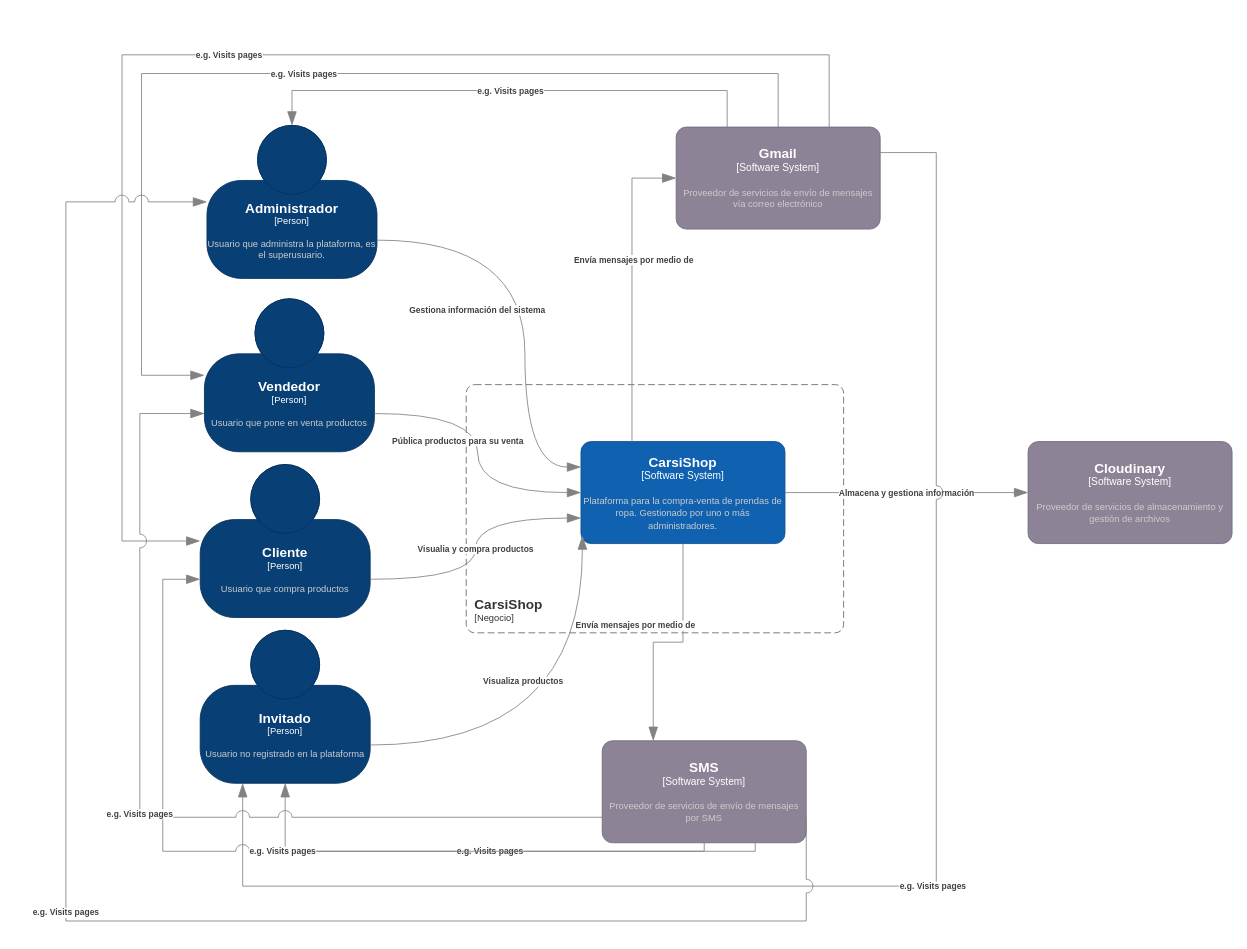
The draw.io diagram page "Contexto" (1 of 5) of Diagrama/c4CarsiShop.drawio in EmilianoChofis/c4CarsiShop, before the edit. Source tidied: cells renumbered, new cells numbered last; positions are measured from the earlier drawing's top-left corner, leaving out a move shared by most shapes. Both pictures are drawn from the tidied source at 85%, with x=0, y=0 at pixel (65, 54).
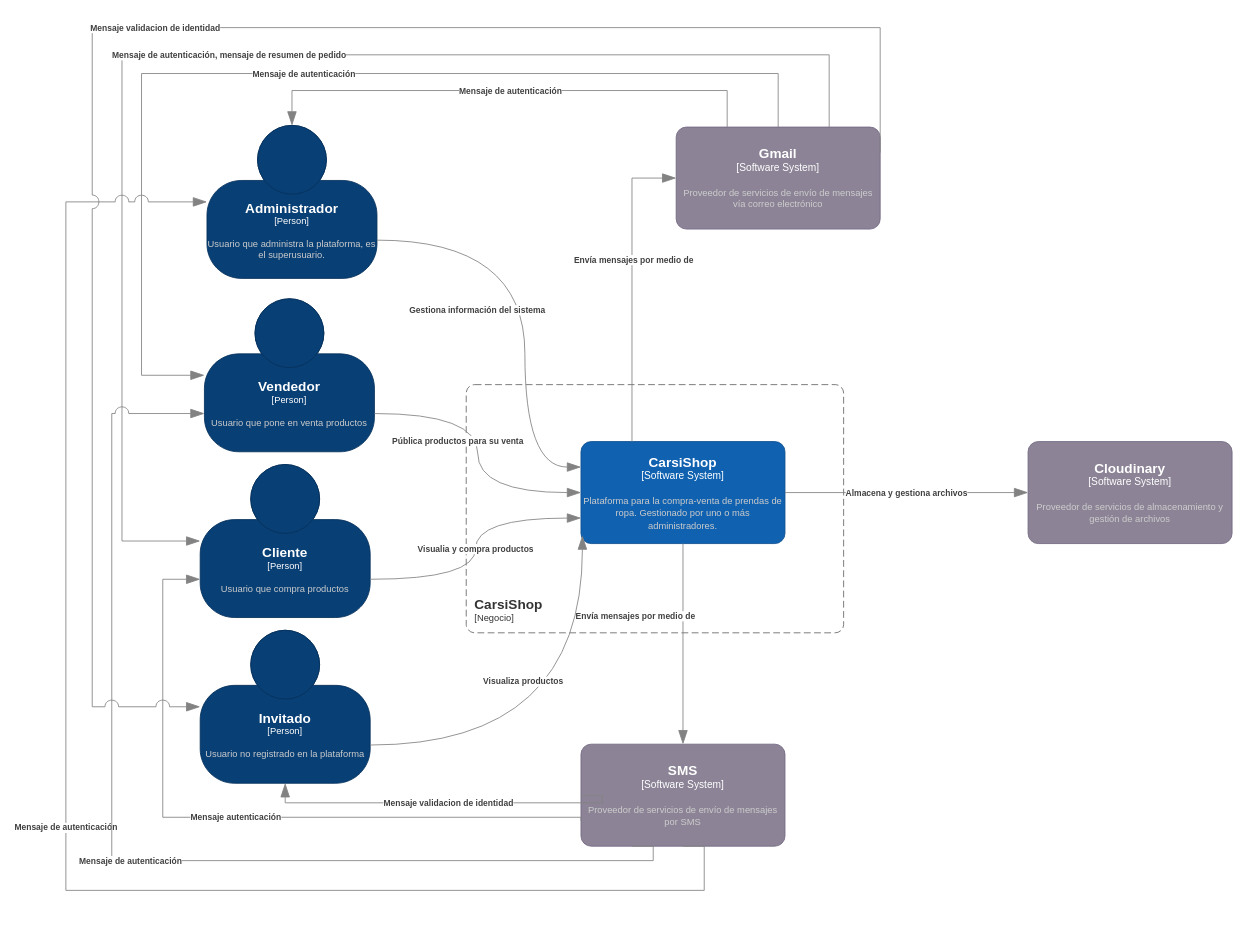
The same page after the edit.

Unchanged cells that the change refers to:
```xml
<object id="2" label="&lt;font style=&quot;font-size: 16px&quot;&gt;&lt;b&gt;%c4Name%&lt;/b&gt;&lt;/font&gt;&lt;div&gt;[%c4Type%]&lt;/div&gt;&lt;br&gt;&lt;div&gt;&lt;font style=&quot;font-size: 11px&quot;&gt;&lt;font color=&quot;#cccccc&quot;&gt;%c4Description%&lt;/font&gt;&lt;/div&gt;" c4Description="Usuario que pone en venta productos" c4Name="Vendedor" c4Type="Person" placeholders="1">
  <mxCell style="html=1;fontSize=11;dashed=0;whiteSpace=wrap;fillColor=#083F75;strokeColor=#06315C;fontColor=#ffffff;shape=mxgraph.c4.person2;align=center;points=[[0.5,0,0],[1,0.5,0],[1,0.75,0],[0.75,1,0],[0.5,1,0],[0.25,1,0],[0,0.75,0],[0,0.5,0]];" parent="1" vertex="1">
    <mxGeometry x="163" y="287" width="200" height="180" as="geometry" />
  </mxCell>
</object>
<object id="3" label="&lt;font style=&quot;font-size: 16px&quot;&gt;&lt;b&gt;%c4Name%&lt;/b&gt;&lt;/font&gt;&lt;div&gt;[%c4Type%]&lt;/div&gt;&lt;br&gt;&lt;div&gt;&lt;font style=&quot;font-size: 11px&quot;&gt;&lt;font color=&quot;#cccccc&quot;&gt;%c4Description%&lt;/font&gt;&lt;/div&gt;" c4Description="Usuario que compra productos" c4Name="Cliente" c4Type="Person" placeholders="1">
  <mxCell style="html=1;fontSize=11;dashed=0;whiteSpace=wrap;fillColor=#083F75;strokeColor=#06315C;fontColor=#ffffff;shape=mxgraph.c4.person2;align=center;points=[[0.5,0,0],[1,0.5,0],[1,0.75,0],[0.75,1,0],[0.5,1,0],[0.25,1,0],[0,0.75,0],[0,0.5,0]];" parent="1" vertex="1">
    <mxGeometry x="158" y="482" width="200" height="180" as="geometry" />
  </mxCell>
</object>
<object id="4" label="&lt;font style=&quot;font-size: 16px&quot;&gt;&lt;b&gt;%c4Name%&lt;/b&gt;&lt;/font&gt;&lt;div&gt;[%c4Type%]&lt;/div&gt;&lt;br&gt;&lt;div&gt;&lt;font style=&quot;font-size: 11px&quot;&gt;&lt;font color=&quot;#cccccc&quot;&gt;%c4Description%&lt;/font&gt;&lt;/div&gt;" c4Description="Usuario no registrado en la plataforma" c4Name="Invitado" c4Type="Person" placeholders="1">
  <mxCell style="html=1;fontSize=11;dashed=0;whiteSpace=wrap;fillColor=#083F75;strokeColor=#06315C;fontColor=#ffffff;shape=mxgraph.c4.person2;align=center;points=[[0.5,0,0],[1,0.5,0],[1,0.75,0],[0.75,1,0],[0.5,1,0],[0.25,1,0],[0,0.75,0],[0,0.5,0]];" parent="1" vertex="1">
    <mxGeometry x="158" y="677" width="200" height="180" as="geometry" />
  </mxCell>
</object>
<object id="5" label="&lt;font style=&quot;font-size: 16px&quot;&gt;&lt;b&gt;%c4Name%&lt;/b&gt;&lt;/font&gt;&lt;div&gt;[%c4Type%]&lt;/div&gt;&lt;br&gt;&lt;div&gt;&lt;font style=&quot;font-size: 11px&quot;&gt;&lt;font color=&quot;#cccccc&quot;&gt;%c4Description%&lt;/font&gt;&lt;/div&gt;" c4Description="Usuario que administra la plataforma, es el superusuario. " c4Name="Administrador" c4Type="Person" placeholders="1">
  <mxCell style="html=1;fontSize=11;dashed=0;whiteSpace=wrap;fillColor=#083F75;strokeColor=#06315C;fontColor=#ffffff;shape=mxgraph.c4.person2;align=center;points=[[0.5,0,0],[1,0.5,0],[1,0.75,0],[0.75,1,0],[0.5,1,0],[0.25,1,0],[0,0.75,0],[0,0.5,0]];" parent="1" vertex="1">
    <mxGeometry x="166" y="83" width="200" height="180" as="geometry" />
  </mxCell>
</object>
<object id="7" label="&lt;font style=&quot;font-size: 16px&quot;&gt;&lt;b&gt;%c4Name%&lt;/b&gt;&lt;/font&gt;&lt;div&gt;[%c4Type%]&lt;/div&gt;&lt;br&gt;&lt;div&gt;&lt;font style=&quot;font-size: 11px&quot;&gt;&lt;font color=&quot;#cccccc&quot;&gt;%c4Description%&lt;/font&gt;&lt;/div&gt;" c4Description="Plataforma para la compra-venta de prendas de ropa. Gestionado por uno o más administradores." c4Name="CarsiShop" c4Type="Software System" placeholders="1">
  <mxCell style="rounded=1;whiteSpace=wrap;html=1;labelBackgroundColor=none;fillColor=#1061B0;fontColor=#ffffff;align=center;arcSize=10;strokeColor=#0D5091;points=[[0.25,0,0],[0.5,0,0],[0.75,0,0],[1,0.25,0],[1,0.5,0],[1,0.75,0],[0.75,1,0],[0.5,1,0],[0.25,1,0],[0,0.75,0],[0,0.5,0],[0,0.25,0]];" parent="1" vertex="1">
    <mxGeometry x="606" y="455" width="240" height="120" as="geometry" />
  </mxCell>
</object>
<object id="8" label="&lt;font style=&quot;font-size: 16px&quot;&gt;&lt;b&gt;%c4Name%&lt;/b&gt;&lt;/font&gt;&lt;div&gt;[%c4Type%]&lt;/div&gt;&lt;br&gt;&lt;div&gt;&lt;font style=&quot;font-size: 11px&quot;&gt;&lt;font color=&quot;#cccccc&quot;&gt;%c4Description%&lt;/font&gt;&lt;/div&gt;" c4Description="Proveedor de servicios de envío de mensajes vía correo electrónico" c4Name="Gmail" c4Type="Software System" placeholders="1">
  <mxCell style="rounded=1;whiteSpace=wrap;html=1;labelBackgroundColor=none;fillColor=#8C8496;fontColor=#ffffff;align=center;arcSize=10;strokeColor=#736782;points=[[0.25,0,0],[0.5,0,0],[0.75,0,0],[1,0.25,0],[1,0.5,0],[1,0.75,0],[0.75,1,0],[0.5,1,0],[0.25,1,0],[0,0.75,0],[0,0.5,0],[0,0.25,0]];" parent="1" vertex="1">
    <mxGeometry x="718" y="85" width="240" height="120" as="geometry" />
  </mxCell>
</object>
<object id="9" label="&lt;font style=&quot;font-size: 16px&quot;&gt;&lt;b&gt;%c4Name%&lt;/b&gt;&lt;/font&gt;&lt;div&gt;[%c4Type%]&lt;/div&gt;&lt;br&gt;&lt;div&gt;&lt;font style=&quot;font-size: 11px&quot;&gt;&lt;font color=&quot;#cccccc&quot;&gt;%c4Description%&lt;/font&gt;&lt;/div&gt;" c4Description="Proveedor de servicios de almacenamiento y gestión de archivos" c4Name="Cloudinary" c4Type="Software System" placeholders="1">
  <mxCell style="rounded=1;whiteSpace=wrap;html=1;labelBackgroundColor=none;fillColor=#8C8496;fontColor=#ffffff;align=center;arcSize=10;strokeColor=#736782;points=[[0.25,0,0],[0.5,0,0],[0.75,0,0],[1,0.25,0],[1,0.5,0],[1,0.75,0],[0.75,1,0],[0.5,1,0],[0.25,1,0],[0,0.75,0],[0,0.5,0],[0,0.25,0]];" parent="1" vertex="1">
    <mxGeometry x="1132" y="455" width="240" height="120" as="geometry" />
  </mxCell>
</object>
```

The edit, as a diff of the source:
```diff
@@
     <object id="10" label="&lt;font style=&quot;font-size: 16px&quot;&gt;&lt;b&gt;%c4Name%&lt;/b&gt;&lt;/font&gt;&lt;div&gt;[%c4Type%]&lt;/div&gt;&lt;br&gt;&lt;div&gt;&lt;font style=&quot;font-size: 11px&quot;&gt;&lt;font color=&quot;#cccccc&quot;&gt;%c4Description%&lt;/font&gt;&lt;/div&gt;" c4Description="Proveedor de servicios de envío de mensajes por SMS" c4Name="SMS " c4Type="Software System" placeholders="1">
       <mxCell style="rounded=1;whiteSpace=wrap;html=1;labelBackgroundColor=none;fillColor=#8C8496;fontColor=#ffffff;align=center;arcSize=10;strokeColor=#736782;points=[[0.25,0,0],[0.5,0,0],[0.75,0,0],[1,0.25,0],[1,0.5,0],[1,0.75,0],[0.75,1,0],[0.5,1,0],[0.25,1,0],[0,0.75,0],[0,0.5,0],[0,0.25,0]];" parent="1" vertex="1">
-        <mxGeometry x="631" y="807" width="240" height="120" as="geometry" />
+        <mxGeometry x="606" y="811" width="240" height="120" as="geometry" />
       </mxCell>
     </object>
     <object id="11" label="&lt;div style=&quot;text-align: left&quot;&gt;&lt;div style=&quot;text-align: center&quot;&gt;&lt;b&gt;%c4Description%&lt;/b&gt;&lt;/div&gt;" c4Description="Envía mensajes por medio de" placeholders="1">
-      <mxCell style="endArrow=blockThin;html=1;fontSize=10;fontColor=#404040;strokeWidth=1;endFill=1;strokeColor=#828282;elbow=vertical;endSize=14;startSize=14;jumpStyle=arc;jumpSize=16;rounded=0;edgeStyle=orthogonalEdgeStyle;entryX=0.25;entryY=0;entryDx=0;entryDy=0;entryPerimeter=0;exitX=0.5;exitY=1;exitDx=0;exitDy=0;exitPerimeter=0;" parent="1" edge="1" source="7" target="10">
+      <mxCell style="endArrow=blockThin;html=1;fontSize=10;fontColor=#404040;strokeWidth=1;endFill=1;strokeColor=#828282;elbow=vertical;endSize=14;startSize=14;jumpStyle=arc;jumpSize=16;rounded=0;edgeStyle=orthogonalEdgeStyle;entryX=0.5;entryY=0;entryDx=0;entryDy=0;entryPerimeter=0;exitX=0.5;exitY=1;exitDx=0;exitDy=0;exitPerimeter=0;" parent="1" edge="1" source="7" target="10">
         <mxGeometry x="-0.28" y="-56" relative="1" as="geometry" />
       </mxCell>
     </object>
@@
-    <object id="13" label="&lt;div style=&quot;text-align: left&quot;&gt;&lt;div style=&quot;text-align: center&quot;&gt;&lt;b&gt;%c4Description%&lt;/b&gt;&lt;/div&gt;" c4Description="Almacena y gestiona información" placeholders="1">
+    <object id="13" label="&lt;div style=&quot;text-align: left&quot;&gt;&lt;div style=&quot;text-align: center&quot;&gt;&lt;b&gt;%c4Description%&lt;/b&gt;&lt;/div&gt;" c4Description="Almacena y gestiona archivos" placeholders="1">
       <mxCell style="endArrow=blockThin;html=1;fontSize=10;fontColor=#404040;strokeWidth=1;endFill=1;strokeColor=#828282;elbow=vertical;endSize=14;startSize=14;jumpStyle=arc;jumpSize=16;rounded=0;edgeStyle=orthogonalEdgeStyle;entryX=0;entryY=0.5;entryDx=0;entryDy=0;entryPerimeter=0;exitX=1;exitY=0.5;exitDx=0;exitDy=0;exitPerimeter=0;" parent="1" edge="1" source="7" target="9">
         <mxGeometry relative="1" as="geometry" />
       </mxCell>
     </object>
@@
-    <object id="18" label="&lt;div style=&quot;text-align: left&quot;&gt;&lt;div style=&quot;text-align: center&quot;&gt;&lt;b&gt;%c4Description%&lt;/b&gt;&lt;/div&gt;" c4Description="e.g. Visits pages" placeholders="1">
+    <object id="18" label="&lt;div style=&quot;text-align: left&quot;&gt;&lt;div style=&quot;text-align: center&quot;&gt;&lt;b&gt;%c4Description%&lt;/b&gt;&lt;/div&gt;" c4Description="Mensaje de autenticación" placeholders="1">
       <mxCell style="endArrow=blockThin;html=1;fontSize=10;fontColor=#404040;strokeWidth=1;endFill=1;strokeColor=#828282;elbow=vertical;endSize=14;startSize=14;jumpStyle=arc;jumpSize=16;rounded=0;edgeStyle=orthogonalEdgeStyle;exitX=0.25;exitY=0;exitDx=0;exitDy=0;exitPerimeter=0;entryX=0.5;entryY=0;entryDx=0;entryDy=0;entryPerimeter=0;" parent="1" edge="1" source="8" target="5">
         <mxGeometry relative="1" as="geometry">
           <Array as="points">
             <mxPoint x="778" y="42" />
             <mxPoint x="266" y="42" />
           </Array>
         </mxGeometry>
       </mxCell>
     </object>
-    <object id="19" label="&lt;div style=&quot;text-align: left&quot;&gt;&lt;div style=&quot;text-align: center&quot;&gt;&lt;b&gt;%c4Description%&lt;/b&gt;&lt;/div&gt;" c4Description="e.g. Visits pages" placeholders="1">
+    <object id="19" label="&lt;div style=&quot;text-align: left&quot;&gt;&lt;div style=&quot;text-align: center&quot;&gt;&lt;b&gt;%c4Description%&lt;/b&gt;&lt;/div&gt;" c4Description="Mensaje de autenticación" placeholders="1">
       <mxCell style="endArrow=blockThin;html=1;fontSize=10;fontColor=#404040;strokeWidth=1;endFill=1;strokeColor=#828282;elbow=vertical;endSize=14;startSize=14;jumpStyle=arc;jumpSize=16;rounded=0;edgeStyle=orthogonalEdgeStyle;exitX=0.5;exitY=0;exitDx=0;exitDy=0;exitPerimeter=0;entryX=0;entryY=0.5;entryDx=0;entryDy=0;entryPerimeter=0;" parent="1" edge="1" source="8" target="2">
         <mxGeometry relative="1" as="geometry">
           <Array as="points">
             <mxPoint x="838" y="22" />
             <mxPoint x="89" y="22" />
             <mxPoint x="89" y="377" />
           </Array>
         </mxGeometry>
       </mxCell>
     </object>
-    <object id="20" label="&lt;div style=&quot;text-align: left&quot;&gt;&lt;div style=&quot;text-align: center&quot;&gt;&lt;b&gt;%c4Description%&lt;/b&gt;&lt;/div&gt;" c4Description="e.g. Visits pages" placeholders="1">
+    <object id="20" label="&lt;div style=&quot;text-align: left&quot;&gt;&lt;div style=&quot;text-align: center&quot;&gt;&lt;b&gt;%c4Description%&lt;/b&gt;&lt;/div&gt;" c4Description="Mensaje de autenticación, mensaje de resumen de pedido" placeholders="1">
       <mxCell style="endArrow=blockThin;html=1;fontSize=10;fontColor=#404040;strokeWidth=1;endFill=1;strokeColor=#828282;elbow=vertical;endSize=14;startSize=14;jumpStyle=arc;jumpSize=16;rounded=0;edgeStyle=orthogonalEdgeStyle;exitX=0.75;exitY=0;exitDx=0;exitDy=0;exitPerimeter=0;entryX=0;entryY=0.5;entryDx=0;entryDy=0;entryPerimeter=0;" parent="1" edge="1" source="8" target="3">
         <mxGeometry relative="1" as="geometry">
           <Array as="points">
             <mxPoint x="898" />
             <mxPoint x="66" />
             <mxPoint x="66" y="572" />
           </Array>
         </mxGeometry>
       </mxCell>
     </object>
-    <object id="21" label="&lt;div style=&quot;text-align: left&quot;&gt;&lt;div style=&quot;text-align: center&quot;&gt;&lt;b&gt;%c4Description%&lt;/b&gt;&lt;/div&gt;" c4Description="e.g. Visits pages" placeholders="1">
-      <mxCell style="endArrow=blockThin;html=1;fontSize=10;fontColor=#404040;strokeWidth=1;endFill=1;strokeColor=#828282;elbow=vertical;endSize=14;startSize=14;jumpStyle=arc;jumpSize=16;rounded=0;edgeStyle=orthogonalEdgeStyle;exitX=1;exitY=0.25;exitDx=0;exitDy=0;exitPerimeter=0;entryX=0.25;entryY=1;entryDx=0;entryDy=0;entryPerimeter=0;" parent="1" edge="1" source="8" target="4">
-        <mxGeometry relative="1" as="geometry">
-          <Array as="points">
-            <mxPoint x="1024" y="115" />
-            <mxPoint x="1024" y="978" />
-            <mxPoint x="208" y="978" />
-          </Array>
-        </mxGeometry>
-      </mxCell>
-    </object>
-    <object id="22" label="&lt;div style=&quot;text-align: left&quot;&gt;&lt;div style=&quot;text-align: center&quot;&gt;&lt;b&gt;%c4Description%&lt;/b&gt;&lt;/div&gt;" c4Description="e.g. Visits pages" placeholders="1">
-      <mxCell style="endArrow=blockThin;html=1;fontSize=10;fontColor=#404040;strokeWidth=1;endFill=1;strokeColor=#828282;elbow=vertical;endSize=14;startSize=14;jumpStyle=arc;jumpSize=16;rounded=0;edgeStyle=orthogonalEdgeStyle;exitX=0.75;exitY=1;exitDx=0;exitDy=0;exitPerimeter=0;entryX=0.5;entryY=1;entryDx=0;entryDy=0;entryPerimeter=0;" parent="1" edge="1" source="10" target="4">
-        <mxGeometry relative="1" as="geometry" />
+    <object id="22" label="&lt;div style=&quot;text-align: left&quot;&gt;&lt;div style=&quot;text-align: center&quot;&gt;&lt;b&gt;%c4Description%&lt;/b&gt;&lt;/div&gt;" c4Description="Mensaje validacion de identidad" placeholders="1">
+      <mxCell style="endArrow=blockThin;html=1;fontSize=10;fontColor=#404040;strokeWidth=1;endFill=1;strokeColor=#828282;elbow=vertical;endSize=14;startSize=14;jumpStyle=arc;jumpSize=16;rounded=0;edgeStyle=orthogonalEdgeStyle;exitX=0;exitY=0.5;exitDx=0;exitDy=0;exitPerimeter=0;entryX=0.5;entryY=1;entryDx=0;entryDy=0;entryPerimeter=0;" parent="1" edge="1" source="10" target="4">
+        <mxGeometry relative="1" as="geometry">
+          <Array as="points">
+            <mxPoint x="631" y="880" />
+            <mxPoint x="258" y="880" />
+          </Array>
+        </mxGeometry>
       </mxCell>
     </object>
-    <object id="23" label="&lt;div style=&quot;text-align: left&quot;&gt;&lt;div style=&quot;text-align: center&quot;&gt;&lt;b&gt;%c4Description%&lt;/b&gt;&lt;/div&gt;" c4Description="e.g. Visits pages" placeholders="1">
-      <mxCell style="endArrow=blockThin;html=1;fontSize=10;fontColor=#404040;strokeWidth=1;endFill=1;strokeColor=#828282;elbow=vertical;endSize=14;startSize=14;jumpStyle=arc;jumpSize=16;rounded=0;edgeStyle=orthogonalEdgeStyle;exitX=0.5;exitY=1;exitDx=0;exitDy=0;exitPerimeter=0;entryX=0;entryY=0.75;entryDx=0;entryDy=0;entryPerimeter=0;" parent="1" edge="1" source="10" target="3">
+    <object id="23" label="&lt;div style=&quot;text-align: left&quot;&gt;&lt;div style=&quot;text-align: center&quot;&gt;&lt;b&gt;%c4Description%&lt;/b&gt;&lt;/div&gt;" c4Description="Mensaje autenticación" placeholders="1">
+      <mxCell style="endArrow=blockThin;html=1;fontSize=10;fontColor=#404040;strokeWidth=1;endFill=1;strokeColor=#828282;elbow=vertical;endSize=14;startSize=14;jumpStyle=arc;jumpSize=16;rounded=0;edgeStyle=orthogonalEdgeStyle;exitX=0;exitY=0.75;exitDx=0;exitDy=0;exitPerimeter=0;entryX=0;entryY=0.75;entryDx=0;entryDy=0;entryPerimeter=0;" parent="1" edge="1" source="10" target="3">
         <mxGeometry relative="1" as="geometry">
           <Array as="points">
-            <mxPoint x="751" y="937" />
-            <mxPoint x="114" y="937" />
+            <mxPoint x="114" y="897" />
             <mxPoint x="114" y="617" />
           </Array>
         </mxGeometry>
       </mxCell>
     </object>
+    <object id="25" label="&lt;div style=&quot;text-align: left&quot;&gt;&lt;div style=&quot;text-align: center&quot;&gt;&lt;b&gt;%c4Description%&lt;/b&gt;&lt;/div&gt;" c4Description="Mensaje de autenticación" placeholders="1">
+      <mxCell style="endArrow=blockThin;html=1;fontSize=10;fontColor=#404040;strokeWidth=1;endFill=1;strokeColor=#828282;elbow=vertical;endSize=14;startSize=14;jumpStyle=arc;jumpSize=16;rounded=0;edgeStyle=orthogonalEdgeStyle;entryX=0;entryY=0.5;entryDx=0;entryDy=0;entryPerimeter=0;exitX=0.5;exitY=1;exitDx=0;exitDy=0;exitPerimeter=0;" parent="1" edge="1" source="10" target="5">
+        <mxGeometry relative="1" as="geometry">
+          <Array as="points">
+            <mxPoint x="751" y="983" />
+            <mxPoint y="983" />
+            <mxPoint y="173" />
+          </Array>
+        </mxGeometry>
+      </mxCell>
+    </object>
-    <object id="24" label="&lt;div style=&quot;text-align: left&quot;&gt;&lt;div style=&quot;text-align: center&quot;&gt;&lt;b&gt;%c4Description%&lt;/b&gt;&lt;/div&gt;" c4Description="e.g. Visits pages" placeholders="1">
-      <mxCell style="endArrow=blockThin;html=1;fontSize=10;fontColor=#404040;strokeWidth=1;endFill=1;strokeColor=#828282;elbow=vertical;endSize=14;startSize=14;jumpStyle=arc;jumpSize=16;rounded=0;edgeStyle=orthogonalEdgeStyle;exitX=0;exitY=0.75;exitDx=0;exitDy=0;exitPerimeter=0;entryX=0;entryY=0.75;entryDx=0;entryDy=0;entryPerimeter=0;" parent="1" edge="1" source="10" target="2">
+    <object id="24" label="&lt;div style=&quot;text-align: left&quot;&gt;&lt;div style=&quot;text-align: center&quot;&gt;&lt;b&gt;%c4Description%&lt;/b&gt;&lt;/div&gt;" c4Description="Mensaje de autenticación" placeholders="1">
+      <mxCell style="endArrow=blockThin;html=1;fontSize=10;fontColor=#404040;strokeWidth=1;endFill=1;strokeColor=#828282;elbow=vertical;endSize=14;startSize=14;jumpStyle=arc;jumpSize=16;rounded=0;edgeStyle=orthogonalEdgeStyle;exitX=0.25;exitY=1;exitDx=0;exitDy=0;exitPerimeter=0;entryX=0;entryY=0.75;entryDx=0;entryDy=0;entryPerimeter=0;" parent="1" edge="1" source="10" target="2">
         <mxGeometry relative="1" as="geometry">
           <Array as="points">
-            <mxPoint x="87" y="897" />
-            <mxPoint x="87" y="422" />
+            <mxPoint x="691" y="948" />
+            <mxPoint x="54" y="948" />
+            <mxPoint x="54" y="422" />
           </Array>
         </mxGeometry>
       </mxCell>
     </object>
-    <object id="25" label="&lt;div style=&quot;text-align: left&quot;&gt;&lt;div style=&quot;text-align: center&quot;&gt;&lt;b&gt;%c4Description%&lt;/b&gt;&lt;/div&gt;" c4Description="e.g. Visits pages" placeholders="1">
-      <mxCell style="endArrow=blockThin;html=1;fontSize=10;fontColor=#404040;strokeWidth=1;endFill=1;strokeColor=#828282;elbow=vertical;endSize=14;startSize=14;jumpStyle=arc;jumpSize=16;rounded=0;edgeStyle=orthogonalEdgeStyle;entryX=0;entryY=0.5;entryDx=0;entryDy=0;entryPerimeter=0;exitX=1;exitY=0.75;exitDx=0;exitDy=0;exitPerimeter=0;" parent="1" edge="1" source="10" target="5">
-        <mxGeometry relative="1" as="geometry">
-          <Array as="points">
-            <mxPoint x="871" y="1019" />
-            <mxPoint y="1019" />
-            <mxPoint y="173" />
-          </Array>
-        </mxGeometry>
-      </mxCell>
-    </object>
+    <object id="21" label="&lt;div style=&quot;text-align: left&quot;&gt;&lt;div style=&quot;text-align: center&quot;&gt;&lt;b&gt;%c4Description%&lt;/b&gt;&lt;/div&gt;" c4Description="Mensaje validacion de identidad" placeholders="1">
+      <mxCell style="endArrow=blockThin;html=1;fontSize=10;fontColor=#404040;strokeWidth=1;endFill=1;strokeColor=#828282;elbow=vertical;endSize=14;startSize=14;jumpStyle=arc;jumpSize=16;rounded=0;edgeStyle=orthogonalEdgeStyle;exitX=1;exitY=0.25;exitDx=0;exitDy=0;exitPerimeter=0;entryX=0;entryY=0.5;entryDx=0;entryDy=0;entryPerimeter=0;" parent="1" edge="1" source="8" target="4">
+        <mxGeometry relative="1" as="geometry">
+          <Array as="points">
+            <mxPoint x="958" y="-32" />
+            <mxPoint x="31" y="-32" />
+            <mxPoint x="31" y="767" />
+          </Array>
+        </mxGeometry>
+      </mxCell>
+    </object>
```
